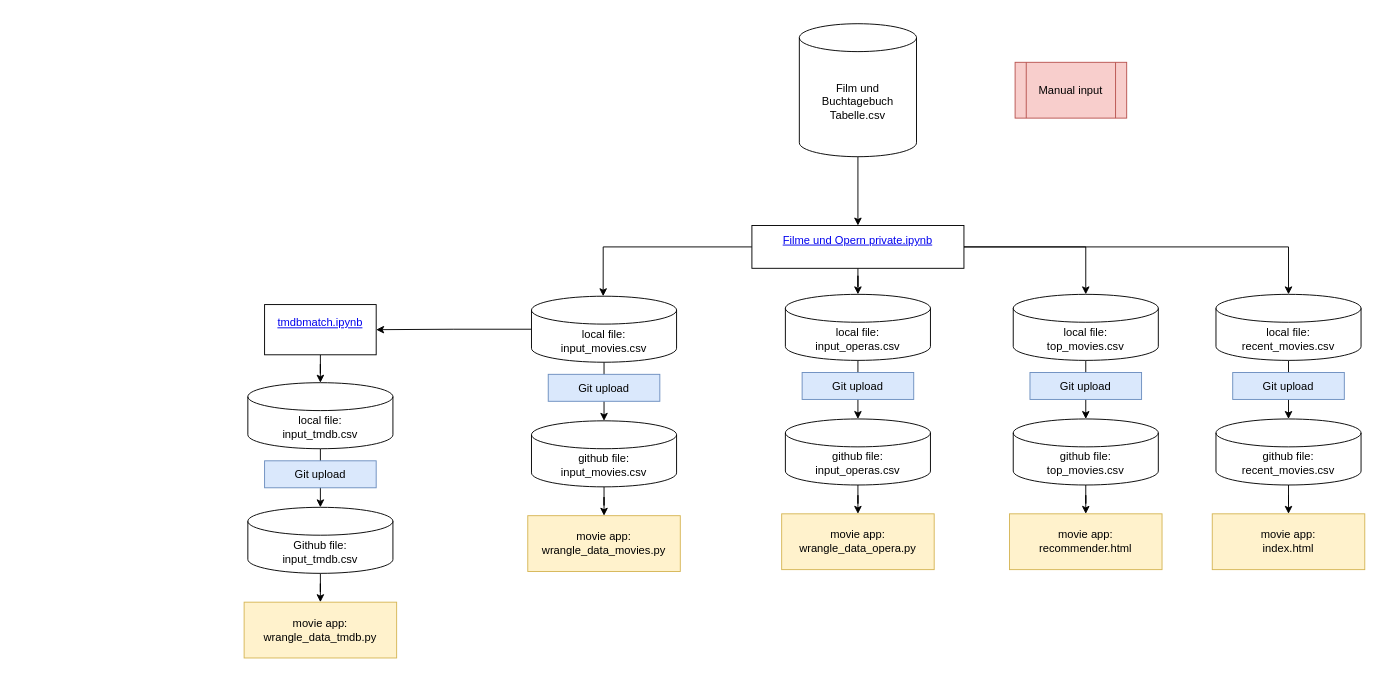
Above: movie opera diary.drawio in muellermax/app.diagrams.net-data (draw.io), before the change. Source tidied: cells renumbered, new cells numbered last; positions are measured from the earlier drawing's top-left corner, leaving out a move shared by most shapes. Both pictures are drawn from the tidied source at 93%, with x=0, y=0 at pixel (244, 23).
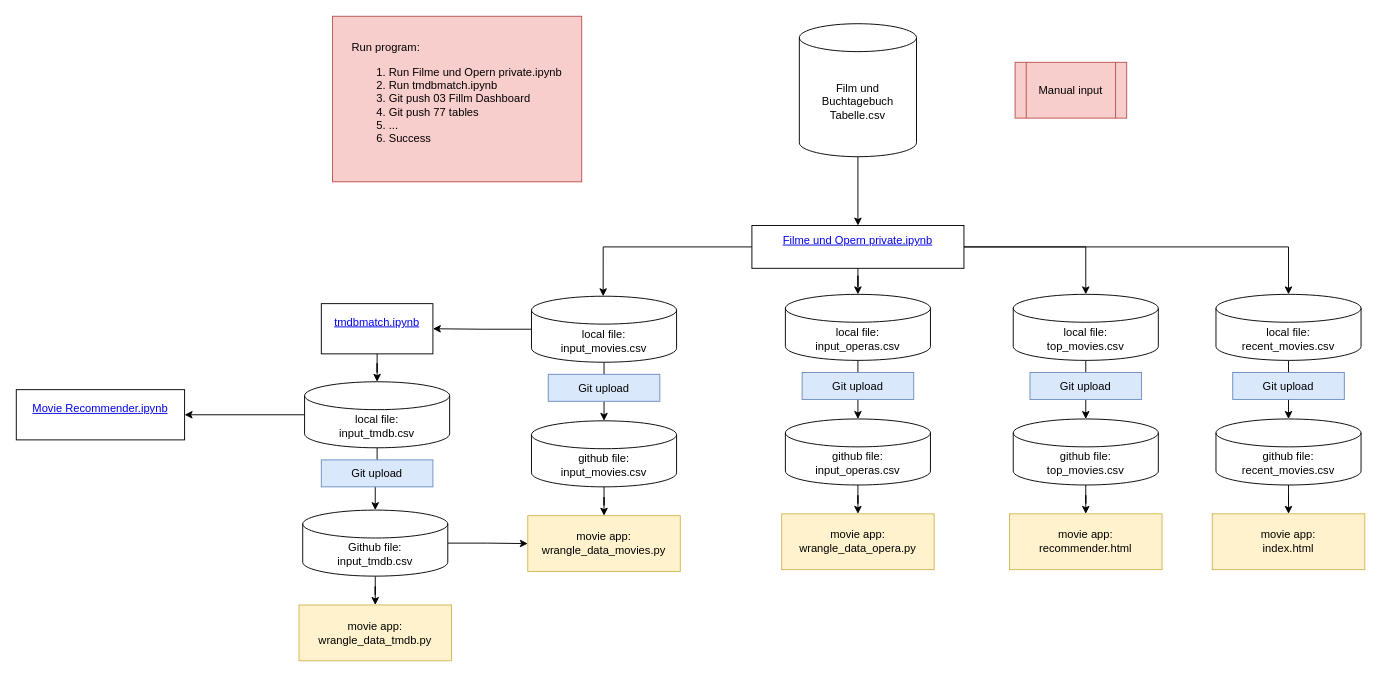
The same diagram, later.

Unchanged cells that the change refers to:
```xml
<mxCell id="19" value="movie app:&lt;br&gt;&lt;div&gt;wrangle_data_movies.py&lt;/div&gt;" style="rounded=0;whiteSpace=wrap;html=1;fillColor=#fff2cc;strokeColor=#d6b656;" parent="1" vertex="1">
  <mxGeometry x="305" y="529" width="164" height="60" as="geometry" />
</mxCell>
```

The edit, as a diff of the source:
```diff
@@
     <mxCell id="24" value="&#10;&lt;i class=&quot;item_icon running_notebook_icon icon-fixed-width&quot;&gt;&lt;/i&gt;&lt;a class=&quot;item_link&quot; href=&quot;http://localhost:8888/notebooks/01%20Filmprojekt/tmdbmatch.ipynb&quot; target=&quot;_blank&quot;&gt;&lt;span class=&quot;item_name&quot;&gt;tmdbmatch.ipynb&lt;/span&gt;&lt;/a&gt;&#10;&#10;" style="rounded=0;whiteSpace=wrap;html=1;" parent="1" vertex="1">
-      <mxGeometry x="22" y="302" width="120" height="54" as="geometry" />
+      <mxGeometry x="83" y="301" width="120" height="54" as="geometry" />
     </mxCell>
@@
+    <mxCell id="43" style="edgeStyle=orthogonalEdgeStyle;rounded=0;jettySize=auto;html=1;" parent="1" edge="1" source="26" target="45">
+      <mxGeometry relative="1" as="geometry" />
+    </mxCell>
     <mxCell id="26" value="&lt;div&gt;local file: &lt;br&gt;&lt;/div&gt;&lt;div&gt;input_tmdb.csv&lt;/div&gt;" style="shape=cylinder3;whiteSpace=wrap;html=1;boundedLbl=1;backgroundOutline=1;size=15;" parent="1" vertex="1">
-      <mxGeometry x="4" y="386" width="156" height="71" as="geometry" />
+      <mxGeometry x="65" y="385" width="156" height="71" as="geometry" />
     </mxCell>
@@
+    <mxCell id="44" style="edgeStyle=orthogonalEdgeStyle;rounded=0;jettySize=auto;html=1;entryX=0;entryY=0.5;entryDx=0;entryDy=0;" parent="1" edge="1" source="28" target="19">
+      <mxGeometry relative="1" as="geometry" />
+    </mxCell>
     <mxCell id="28" value="&lt;div&gt;Github file: &lt;br&gt;&lt;/div&gt;&lt;div&gt;input_tmdb.csv&lt;/div&gt;" style="shape=cylinder3;whiteSpace=wrap;html=1;boundedLbl=1;backgroundOutline=1;size=15;" parent="1" vertex="1">
-      <mxGeometry x="4" y="520" width="156" height="71" as="geometry" />
+      <mxGeometry x="63" y="523" width="156" height="71" as="geometry" />
     </mxCell>
     <mxCell id="29" value="Git upload" style="rounded=0;whiteSpace=wrap;html=1;fillColor=#dae8fc;strokeColor=#6c8ebf;" parent="1" vertex="1">
-      <mxGeometry x="22" y="470" width="120" height="29" as="geometry" />
+      <mxGeometry x="83" y="469" width="120" height="29" as="geometry" />
     </mxCell>
     <mxCell id="30" value="movie app:&lt;br&gt;&lt;div&gt;wrangle_data_tmdb.py&lt;/div&gt;" style="rounded=0;whiteSpace=wrap;html=1;fillColor=#fff2cc;strokeColor=#d6b656;" parent="1" vertex="1">
-      <mxGeometry y="622" width="164" height="60" as="geometry" />
+      <mxGeometry x="59" y="625" width="164" height="60" as="geometry" />
     </mxCell>
@@
+    <mxCell id="45" value="&#10;&lt;a class=&quot;item_link&quot; href=&quot;http://localhost:8888/notebooks/01%20Filmprojekt/Movie%20Recommender.ipynb&quot; target=&quot;_blank&quot;&gt;&lt;span class=&quot;item_name&quot;&gt;Movie Recommender.ipynb&lt;/span&gt;&lt;/a&gt;&#10;&#10;" style="rounded=0;whiteSpace=wrap;html=1;" parent="1" vertex="1">
+      <mxGeometry x="-245" y="393.5" width="181" height="54" as="geometry" />
+    </mxCell>
+    <mxCell id="46" value="&lt;div align=&quot;left&quot;&gt;Run program: &lt;br&gt;&lt;/div&gt;&lt;div align=&quot;left&quot;&gt;&lt;ol&gt;&lt;li&gt;Run Filme und Opern private.ipynb&lt;/li&gt;&lt;li&gt;Run tmdbmatch.ipynb&lt;/li&gt;&lt;li&gt;Git push 03 Fillm Dashboard&lt;/li&gt;&lt;li&gt;Git push 77 tables&lt;/li&gt;&lt;li&gt;...&lt;/li&gt;&lt;li&gt;Success&lt;br&gt;&lt;/li&gt;&lt;/ol&gt;&lt;/div&gt;" style="rounded=0;whiteSpace=wrap;html=1;fillColor=#f8cecc;strokeColor=#b85450;" parent="1" vertex="1">
+      <mxGeometry x="95" y="-8" width="268" height="178" as="geometry" />
+    </mxCell>
```
